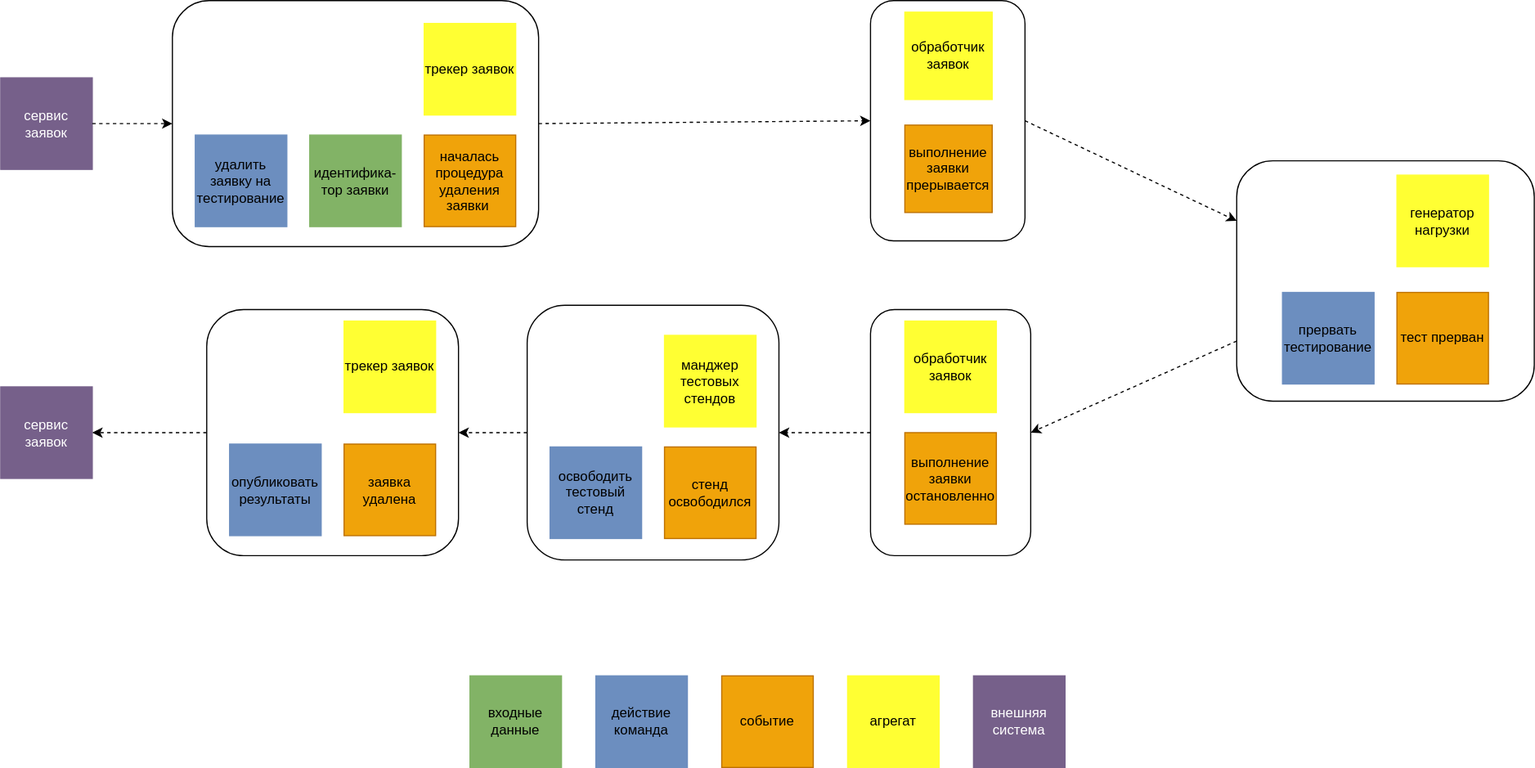
Earlier version of the draw.io export graduate_project/diagrams/uc004_event_storm.svg (ralex29/otus_software_architect_2022_09). Source tidied: cells renumbered, new cells last; positions are measured from the earlier drawing's top-left corner, leaving out a move shared by most shapes. Its diagram source:
```xml
<mxGraphModel>
  <root>
    <mxCell id="0" />
    <mxCell id="1" parent="0" />
    <mxCell id="2" value="входные данные" style="whiteSpace=wrap;html=1;fillColor=#82B366;strokeColor=#82b366;" parent="1" vertex="1">
      <mxGeometry x="410" y="590" width="80" height="80" as="geometry" />
    </mxCell>
    <mxCell id="3" value="действие команда" style="whiteSpace=wrap;html=1;fillColor=#6C8EBF;strokeColor=#6c8ebf;" parent="1" vertex="1">
      <mxGeometry x="520" y="590" width="80" height="80" as="geometry" />
    </mxCell>
    <mxCell id="4" value="событие" style="whiteSpace=wrap;html=1;fillColor=#f0a30a;strokeColor=#BD7000;fontColor=#000000;" parent="1" vertex="1">
      <mxGeometry x="630" y="590" width="80" height="80" as="geometry" />
    </mxCell>
    <mxCell id="5" value="агрегат" style="whiteSpace=wrap;html=1;fillColor=#FFFF33;strokeColor=#FFFF33;fontColor=#000000;" parent="1" vertex="1">
      <mxGeometry x="740" y="590" width="80" height="80" as="geometry" />
    </mxCell>
    <mxCell id="6" value="внешняя система" style="whiteSpace=wrap;html=1;fillColor=#76608a;strokeColor=#76608A;fontColor=#ffffff;" parent="1" vertex="1">
      <mxGeometry x="850" y="590" width="80" height="80" as="geometry" />
    </mxCell>
    <mxCell id="7" value="сервис заявок" style="whiteSpace=wrap;html=1;fillColor=#76608a;strokeColor=#76608A;fontColor=#ffffff;" parent="1" vertex="1">
      <mxGeometry y="67.5" width="80" height="80" as="geometry" />
    </mxCell>
    <mxCell id="8" style="group;" parent="1" vertex="1">
      <mxGeometry x="150" width="320" height="215" as="geometry" />
    </mxCell>
    <mxCell id="9" style="rounded=1;whiteSpace=wrap;html=1;" parent="8" vertex="1">
      <mxGeometry width="320" height="215" as="geometry" />
    </mxCell>
    <mxCell id="10" value="удалить заявку на тестирование" style="whiteSpace=wrap;html=1;fillColor=#6C8EBF;strokeColor=#6c8ebf;" parent="8" vertex="1">
      <mxGeometry x="20" y="117.5" width="80" height="80" as="geometry" />
    </mxCell>
    <mxCell id="11" value="идентифика-тор заявки" style="whiteSpace=wrap;html=1;fillColor=#82B366;strokeColor=#82b366;" parent="8" vertex="1">
      <mxGeometry x="120" y="117.5" width="80" height="80" as="geometry" />
    </mxCell>
    <mxCell id="12" value="началась процедура удаления заявки&amp;nbsp;" style="whiteSpace=wrap;html=1;fillColor=#f0a30a;strokeColor=#BD7000;fontColor=#000000;" parent="8" vertex="1">
      <mxGeometry x="220" y="117.5" width="80" height="80" as="geometry" />
    </mxCell>
    <mxCell id="13" value="трекер заявок" style="whiteSpace=wrap;html=1;fillColor=#FFFF33;strokeColor=#FFFF33;fontColor=#000000;" parent="8" vertex="1">
      <mxGeometry x="220" y="20" width="80" height="80" as="geometry" />
    </mxCell>
    <mxCell id="14" style="endArrow=classic;html=1;rounded=0;exitX=1;exitY=0.5;exitDx=0;exitDy=0;entryX=0;entryY=0.5;entryDx=0;entryDy=0;dashed=1;" parent="1" edge="1" source="7" target="9">
      <mxGeometry relative="1" as="geometry" />
    </mxCell>
    <mxCell id="15" style="endArrow=classic;html=1;rounded=0;exitX=1;exitY=0.5;exitDx=0;exitDy=0;entryX=0;entryY=0.5;entryDx=0;entryDy=0;dashed=1;" parent="1" edge="1" source="9" target="31">
      <mxGeometry relative="1" as="geometry" />
    </mxCell>
    <mxCell id="16" style="endArrow=classic;html=1;rounded=0;exitX=1;exitY=0.5;exitDx=0;exitDy=0;entryX=0;entryY=0.25;entryDx=0;entryDy=0;dashed=1;" parent="1" edge="1" source="31" target="22">
      <mxGeometry relative="1" as="geometry" />
    </mxCell>
    <mxCell id="17" style="endArrow=classic;html=1;rounded=0;exitX=0;exitY=0.75;exitDx=0;exitDy=0;entryX=1;entryY=0.5;entryDx=0;entryDy=0;dashed=1;" parent="1" edge="1" source="22" target="40">
      <mxGeometry relative="1" as="geometry" />
    </mxCell>
    <mxCell id="18" value="сервис заявок" style="whiteSpace=wrap;html=1;fillColor=#76608a;strokeColor=#76608A;fontColor=#ffffff;" parent="1" vertex="1">
      <mxGeometry y="337.5" width="80" height="80" as="geometry" />
    </mxCell>
    <mxCell id="19" style="endArrow=classic;html=1;rounded=0;exitX=0;exitY=0.5;exitDx=0;exitDy=0;entryX=1;entryY=0.5;entryDx=0;entryDy=0;dashed=1;" parent="1" edge="1" source="26" target="18">
      <mxGeometry relative="1" as="geometry" />
    </mxCell>
    <mxCell id="20" style="edgeStyle=orthogonalEdgeStyle;rounded=0;jettySize=auto;html=1;entryX=1;entryY=0.5;entryDx=0;entryDy=0;dashed=1;exitX=0;exitY=0.5;exitDx=0;exitDy=0;" parent="1" edge="1" source="35" target="26">
      <mxGeometry relative="1" as="geometry" />
    </mxCell>
    <mxCell id="21" style="group;" parent="1" vertex="1">
      <mxGeometry x="1080" y="140" width="260" height="210" as="geometry" />
    </mxCell>
    <mxCell id="22" style="rounded=1;whiteSpace=wrap;html=1;" parent="21" vertex="1">
      <mxGeometry width="260" height="210" as="geometry" />
    </mxCell>
    <mxCell id="23" value="генератор нагрузки" style="whiteSpace=wrap;html=1;fillColor=#FFFF33;strokeColor=#FFFF33;fontColor=#000000;" parent="21" vertex="1">
      <mxGeometry x="140" y="12.5" width="80" height="80" as="geometry" />
    </mxCell>
    <mxCell id="24" value="прервать тестирование" style="whiteSpace=wrap;html=1;fillColor=#6C8EBF;strokeColor=#6c8ebf;" parent="21" vertex="1">
      <mxGeometry x="40" y="115" width="80" height="80" as="geometry" />
    </mxCell>
    <mxCell id="25" value="тест прерван" style="whiteSpace=wrap;html=1;fillColor=#f0a30a;strokeColor=#BD7000;fontColor=#000000;" parent="21" vertex="1">
      <mxGeometry x="140" y="115" width="80" height="80" as="geometry" />
    </mxCell>
    <mxCell id="26" style="rounded=1;whiteSpace=wrap;html=1;" parent="1" vertex="1">
      <mxGeometry x="180" y="270" width="220" height="215" as="geometry" />
    </mxCell>
    <mxCell id="27" value="опубликовать результаты" style="whiteSpace=wrap;html=1;fillColor=#6C8EBF;strokeColor=#6c8ebf;" parent="1" vertex="1">
      <mxGeometry x="200" y="387.5" width="80" height="80" as="geometry" />
    </mxCell>
    <mxCell id="28" value="заявка удалена" style="whiteSpace=wrap;html=1;fillColor=#f0a30a;strokeColor=#BD7000;fontColor=#000000;" parent="1" vertex="1">
      <mxGeometry x="300" y="387.5" width="80" height="80" as="geometry" />
    </mxCell>
    <mxCell id="29" value="трекер заявок" style="whiteSpace=wrap;html=1;fillColor=#FFFF33;strokeColor=#FFFF33;fontColor=#000000;" parent="1" vertex="1">
      <mxGeometry x="300" y="280" width="80" height="80" as="geometry" />
    </mxCell>
    <mxCell id="30" style="group;" parent="1" vertex="1">
      <mxGeometry x="760" width="135" height="210" as="geometry" />
    </mxCell>
    <mxCell id="31" style="rounded=1;whiteSpace=wrap;html=1;" parent="30" vertex="1">
      <mxGeometry width="135" height="210" as="geometry" />
    </mxCell>
    <mxCell id="32" value="обработчик заявок" style="whiteSpace=wrap;html=1;fillColor=#FFFF33;strokeColor=#FFFF33;fontColor=#000000;" parent="30" vertex="1">
      <mxGeometry x="30" y="10.1" width="76.4" height="76.4" as="geometry" />
    </mxCell>
    <mxCell id="33" value="выполнение заявки прерывается" style="whiteSpace=wrap;html=1;fillColor=#f0a30a;strokeColor=#BD7000;fontColor=#000000;" parent="30" vertex="1">
      <mxGeometry x="30" y="108.8" width="76.4" height="76.4" as="geometry" />
    </mxCell>
    <mxCell id="34" style="group;" parent="1" vertex="1">
      <mxGeometry x="460" y="266.2" width="220" height="222.5" as="geometry" />
    </mxCell>
    <mxCell id="35" style="rounded=1;whiteSpace=wrap;html=1;" parent="34" vertex="1">
      <mxGeometry width="220" height="222.5" as="geometry" />
    </mxCell>
    <mxCell id="36" value="освободить тестовый стенд" style="whiteSpace=wrap;html=1;fillColor=#6C8EBF;strokeColor=#6c8ebf;" parent="34" vertex="1">
      <mxGeometry x="20" y="123.8" width="80" height="80" as="geometry" />
    </mxCell>
    <mxCell id="37" value="стенд освободился" style="whiteSpace=wrap;html=1;fillColor=#f0a30a;strokeColor=#BD7000;fontColor=#000000;" parent="34" vertex="1">
      <mxGeometry x="120" y="123.8" width="80" height="80" as="geometry" />
    </mxCell>
    <mxCell id="38" value="манджер тестовых стендов" style="whiteSpace=wrap;html=1;fillColor=#FFFF33;strokeColor=#FFFF33;fontColor=#000000;" parent="34" vertex="1">
      <mxGeometry x="120" y="26.2" width="80" height="80" as="geometry" />
    </mxCell>
    <mxCell id="39" style="edgeStyle=orthogonalEdgeStyle;rounded=0;jettySize=auto;html=1;entryX=1;entryY=0.5;entryDx=0;entryDy=0;dashed=1;exitX=0;exitY=0.5;exitDx=0;exitDy=0;" parent="1" edge="1" source="40" target="35">
      <mxGeometry relative="1" as="geometry" />
    </mxCell>
    <mxCell id="40" style="rounded=1;whiteSpace=wrap;html=1;" parent="1" vertex="1">
      <mxGeometry x="760" y="270" width="140" height="215" as="geometry" />
    </mxCell>
    <mxCell id="41" value="обработчик заявок" style="whiteSpace=wrap;html=1;fillColor=#FFFF33;strokeColor=#FFFF33;fontColor=#000000;" parent="1" vertex="1">
      <mxGeometry x="790" y="280" width="80" height="80" as="geometry" />
    </mxCell>
    <mxCell id="42" value="выполнение заявки остановленно" style="whiteSpace=wrap;html=1;fillColor=#f0a30a;strokeColor=#BD7000;fontColor=#000000;" parent="1" vertex="1">
      <mxGeometry x="790" y="377.5" width="80" height="80" as="geometry" />
    </mxCell>
  </root>
</mxGraphModel>
```
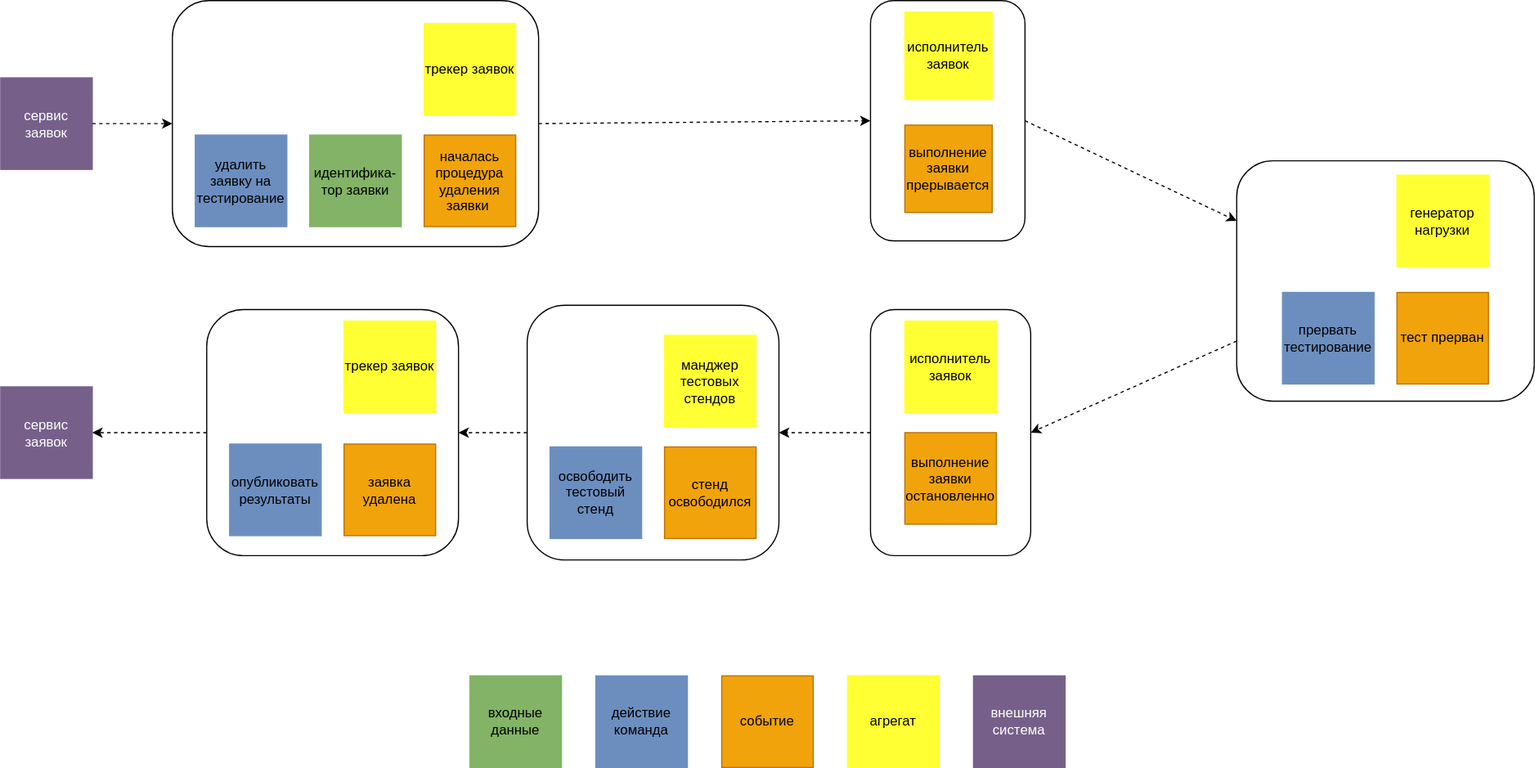
Above is the later version.

Diff of the diagram source:
```diff
@@ -92,7 +92,7 @@
     <mxCell id="31" style="rounded=1;whiteSpace=wrap;html=1;" parent="30" vertex="1">
       <mxGeometry width="135" height="210" as="geometry" />
     </mxCell>
-    <mxCell id="32" value="обработчик заявок" style="whiteSpace=wrap;html=1;fillColor=#FFFF33;strokeColor=#FFFF33;fontColor=#000000;" parent="30" vertex="1">
+    <mxCell id="32" value="исполнитель заявок" style="whiteSpace=wrap;html=1;fillColor=#FFFF33;strokeColor=#FFFF33;fontColor=#000000;" parent="30" vertex="1">
       <mxGeometry x="30" y="10.1" width="76.4" height="76.4" as="geometry" />
     </mxCell>
     <mxCell id="33" value="выполнение заявки прерывается" style="whiteSpace=wrap;html=1;fillColor=#f0a30a;strokeColor=#BD7000;fontColor=#000000;" parent="30" vertex="1">
@@ -119,7 +119,7 @@
     <mxCell id="40" style="rounded=1;whiteSpace=wrap;html=1;" parent="1" vertex="1">
       <mxGeometry x="760" y="270" width="140" height="215" as="geometry" />
     </mxCell>
-    <mxCell id="41" value="обработчик заявок" style="whiteSpace=wrap;html=1;fillColor=#FFFF33;strokeColor=#FFFF33;fontColor=#000000;" parent="1" vertex="1">
+    <mxCell id="41" value="исполнитель заявок" style="whiteSpace=wrap;html=1;fillColor=#FFFF33;strokeColor=#FFFF33;fontColor=#000000;" parent="1" vertex="1">
       <mxGeometry x="790" y="280" width="80" height="80" as="geometry" />
     </mxCell>
     <mxCell id="42" value="выполнение заявки остановленно" style="whiteSpace=wrap;html=1;fillColor=#f0a30a;strokeColor=#BD7000;fontColor=#000000;" parent="1" vertex="1">
```
